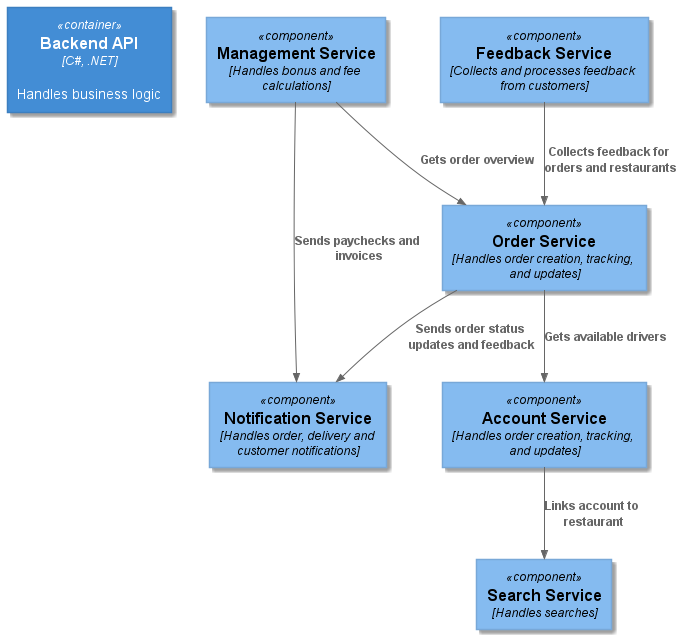
Before: Diagrams/ComponentDiagram.png, a diagram exported from PlantUML (ChrisCPH/ExamProjectSoft2Sem). The source it was exported from:
```plantuml
@startuml ComponentDiagram
!include C4_Component.puml

Container(backendApi, "Backend API", "C#, .NET", "Handles business logic")
Component(search, "Search Service", "Handles searches")
Component(management, "Management Service", "Handles bonus and fee calculations")
Component(account, "Account Service", "Handles order creation, tracking, and updates")
Component(order, "Order Service", "Handles order creation, tracking, and updates")
Component(notification, "Notification Service", "Handles order, delivery and customer notifications")
Component(feedback, "Feedback Service", "Collects and processes feedback from customers")

Rel(management, order, "Gets order overview")
Rel(management, notification, "Sends paychecks and invoices")
Rel(order, notification, "Sends order status updates and feedback")
Rel(feedback, order, "Collects feedback for orders and restaurants")
Rel(order, account, "Gets available drivers")
Rel(account, search, "Links account to restaurant")

@enduml
```
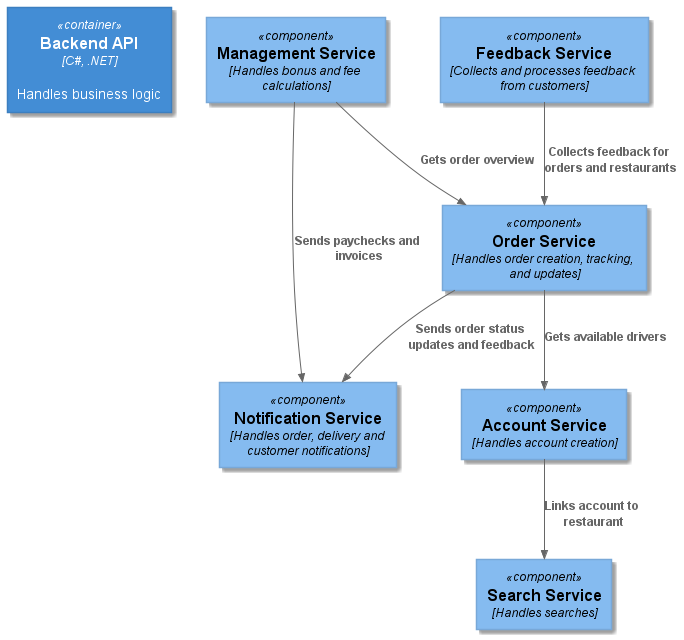
After the commit.

Commit message:
Fixed mistake on diagram

Change to the diagram source:
```diff
@@ -4,7 +4,7 @@
 Container(backendApi, "Backend API", "C#, .NET", "Handles business logic")
 Component(search, "Search Service", "Handles searches")
 Component(management, "Management Service", "Handles bonus and fee calculations")
-Component(account, "Account Service", "Handles order creation, tracking, and updates")
+Component(account, "Account Service", "Handles account creation")
 Component(order, "Order Service", "Handles order creation, tracking, and updates")
 Component(notification, "Notification Service", "Handles order, delivery and customer notifications")
 Component(feedback, "Feedback Service", "Collects and processes feedback from customers")
```
